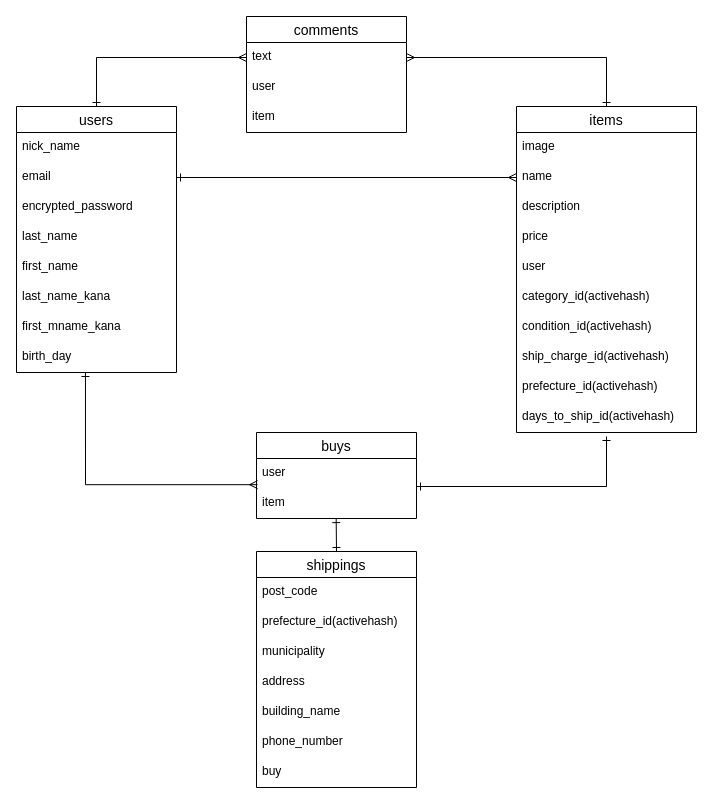
Earlier version of the draw.io diagram page "ページ1" (1 of 2) of ER.dio (Kazuki3dayo/furima-31103). Source tidied: cells renumbered, new cells numbered last; positions are measured from the earlier drawing's top-left corner, leaving out a move shared by most shapes. Both pictures are drawn from the tidied source at 100%, with x=0, y=0 at pixel (16, 16).
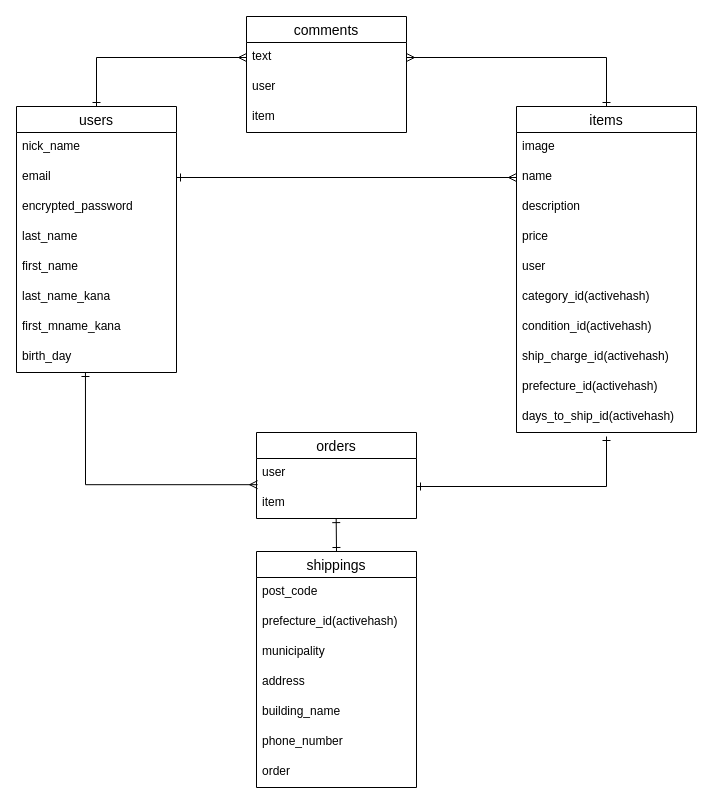
The same page after the edit.

Unchanged cells that the change refers to:
```xml
<mxCell id="35" value="shippings" style="swimlane;fontStyle=0;horizontal=1;startSize=26;align=center;fontSize=14;" parent="1" vertex="1">
  <mxGeometry x="240" y="535" width="160" height="236" as="geometry" />
</mxCell>
```

Change to the diagram source:
```diff
@@
-    <mxCell id="27" value="buys" style="swimlane;fontStyle=0;horizontal=1;startSize=26;align=center;fontSize=14;" parent="1" vertex="1">
+    <mxCell id="27" value="orders" style="swimlane;fontStyle=0;horizontal=1;startSize=26;align=center;fontSize=14;" parent="1" vertex="1">
       <mxGeometry x="240" y="416" width="160" height="86" as="geometry" />
     </mxCell>
@@
-    <mxCell id="42" value="buy" style="text;strokeColor=none;fillColor=none;spacingLeft=4;spacingRight=4;overflow=hidden;fontSize=12;" parent="35" vertex="1">
+    <mxCell id="42" value="order" style="text;strokeColor=none;fillColor=none;spacingLeft=4;spacingRight=4;overflow=hidden;fontSize=12;" parent="35" vertex="1">
       <mxGeometry y="206" width="160" height="30" as="geometry" />
     </mxCell>
```
